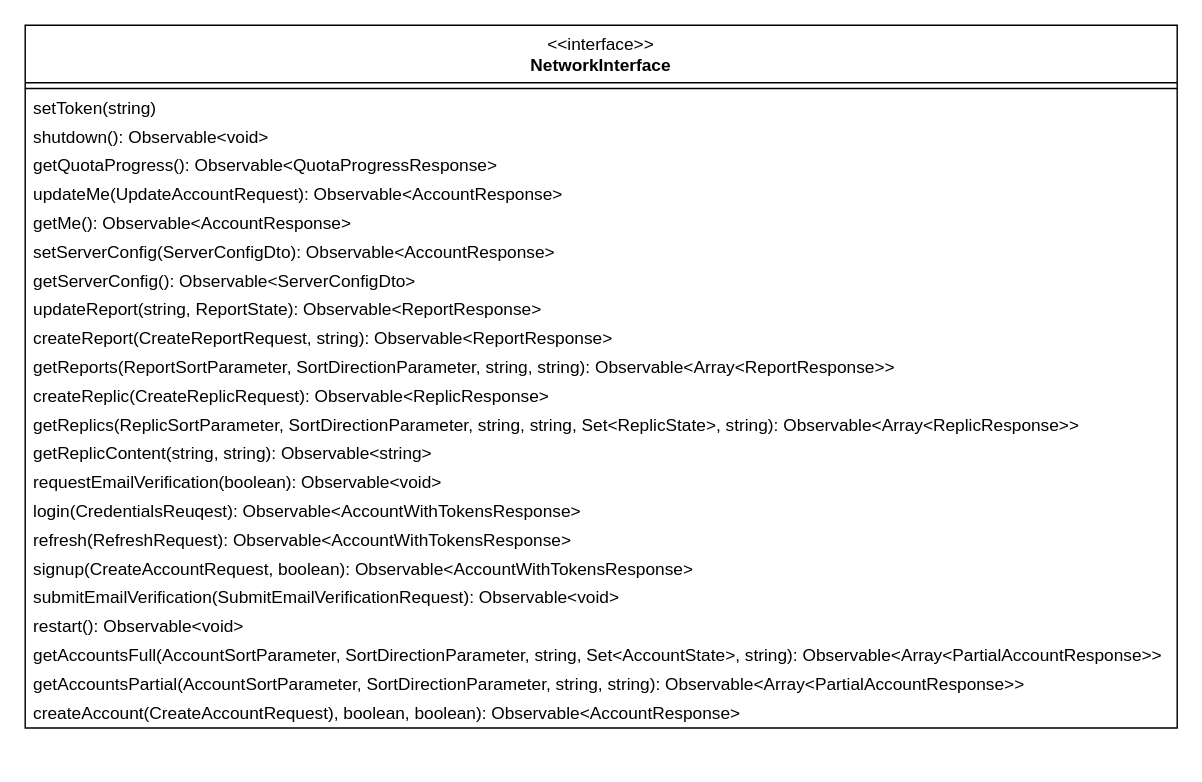
This is content/drawio/class/client/common-networkinterface.drawio from replic-read/design, a draw.io file, before an edit. Source tidied: cells renumbered, new cells numbered last; positions are measured from the earlier drawing's top-left corner, leaving out a move shared by most shapes. Both pictures are drawn from the tidied source at 144%, with x=0, y=0 at pixel (24, 24).
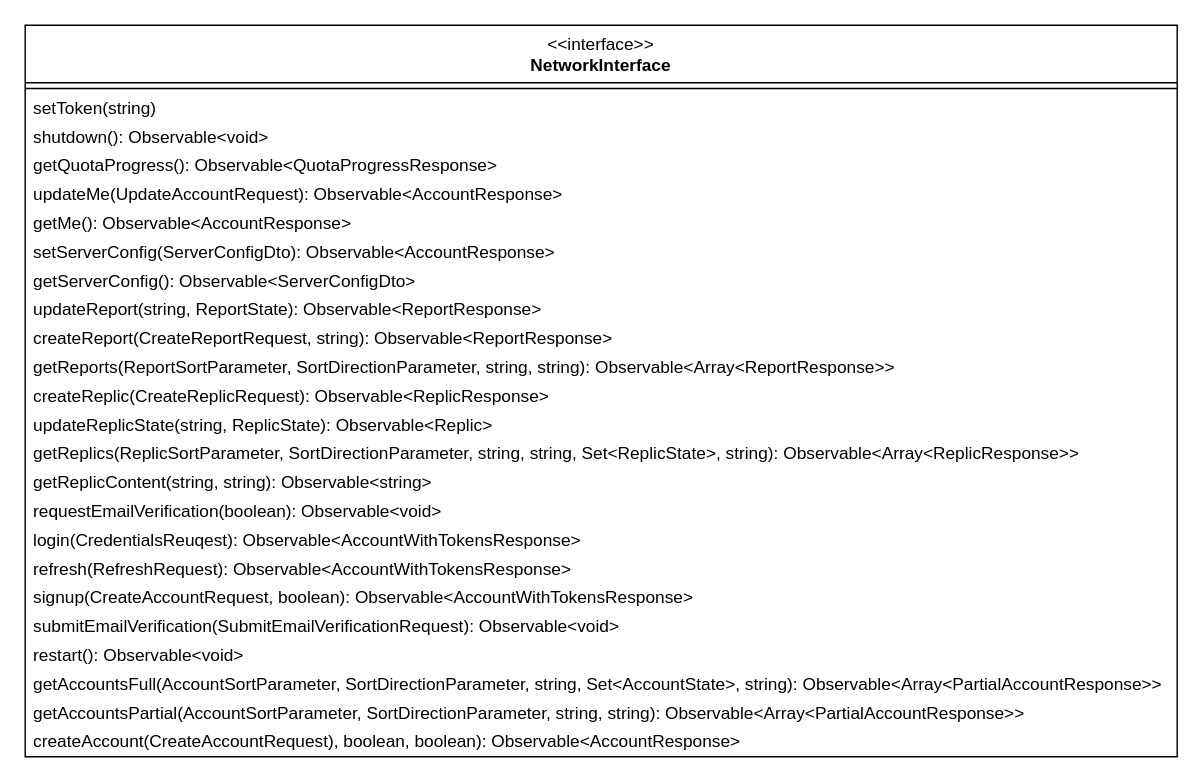
The same diagram, later.

What changed in the source:
```diff
@@
     <mxCell id="2" value="&amp;lt;&amp;lt;interface&amp;gt;&amp;gt;&lt;br&gt;&lt;b&gt;NetworkInterface&lt;/b&gt;&lt;div&gt;&lt;br&gt;&lt;/div&gt;" style="swimlane;fontStyle=0;align=center;verticalAlign=top;horizontal=1;startSize=40;html=1;whiteSpace=wrap;" parent="1" vertex="1">
-      <mxGeometry width="800" height="488" as="geometry" />
+      <mxGeometry width="800" height="508" as="geometry" />
     </mxCell>
@@
+    <mxCell id="26" value="updateReplicState(string, ReplicState): Observable&amp;lt;Replic&amp;gt;" style="text;html=1;strokeColor=none;fillColor=none;align=left;verticalAlign=middle;spacingLeft=4;spacingRight=4;overflow=hidden;whiteSpace=wrap;" parent="2" vertex="1">
+      <mxGeometry y="268" width="800" height="20" as="geometry" />
+    </mxCell>
     <mxCell id="15" value="getReplics(ReplicSortParameter, SortDirectionParameter, string, string, Set&amp;lt;ReplicState&amp;gt;, string): Observable&amp;lt;Array&amp;lt;ReplicResponse&amp;gt;&amp;gt;" style="text;html=1;strokeColor=none;fillColor=none;align=left;verticalAlign=middle;spacingLeft=4;spacingRight=4;overflow=hidden;whiteSpace=wrap;" parent="2" vertex="1">
-      <mxGeometry y="268" width="800" height="20" as="geometry" />
+      <mxGeometry y="288" width="800" height="20" as="geometry" />
     </mxCell>
     <mxCell id="16" value="getReplicContent(string, string): Observable&amp;lt;string&amp;gt;" style="text;html=1;strokeColor=none;fillColor=none;align=left;verticalAlign=middle;spacingLeft=4;spacingRight=4;overflow=hidden;whiteSpace=wrap;" parent="2" vertex="1">
-      <mxGeometry y="288" width="800" height="20" as="geometry" />
+      <mxGeometry y="308" width="800" height="20" as="geometry" />
     </mxCell>
     <mxCell id="17" value="requestEmailVerification(boolean): Observable&amp;lt;void&amp;gt;" style="text;html=1;strokeColor=none;fillColor=none;align=left;verticalAlign=middle;spacingLeft=4;spacingRight=4;overflow=hidden;whiteSpace=wrap;" parent="2" vertex="1">
-      <mxGeometry y="308" width="800" height="20" as="geometry" />
+      <mxGeometry y="328" width="800" height="20" as="geometry" />
     </mxCell>
     <mxCell id="18" value="login(CredentialsReuqest): Observable&amp;lt;AccountWithTokensResponse&amp;gt;" style="text;html=1;strokeColor=none;fillColor=none;align=left;verticalAlign=middle;spacingLeft=4;spacingRight=4;overflow=hidden;whiteSpace=wrap;" parent="2" vertex="1">
-      <mxGeometry y="328" width="800" height="20" as="geometry" />
+      <mxGeometry y="348" width="800" height="20" as="geometry" />
     </mxCell>
     <mxCell id="19" value="refresh(RefreshRequest): Observable&amp;lt;AccountWithTokensResponse&amp;gt;" style="text;html=1;strokeColor=none;fillColor=none;align=left;verticalAlign=middle;spacingLeft=4;spacingRight=4;overflow=hidden;whiteSpace=wrap;" parent="2" vertex="1">
-      <mxGeometry y="348" width="800" height="20" as="geometry" />
+      <mxGeometry y="368" width="800" height="20" as="geometry" />
     </mxCell>
     <mxCell id="20" value="signup(CreateAccountRequest, boolean): Observable&amp;lt;AccountWithTokensResponse&amp;gt;" style="text;html=1;strokeColor=none;fillColor=none;align=left;verticalAlign=middle;spacingLeft=4;spacingRight=4;overflow=hidden;whiteSpace=wrap;" parent="2" vertex="1">
-      <mxGeometry y="368" width="800" height="20" as="geometry" />
+      <mxGeometry y="388" width="800" height="20" as="geometry" />
     </mxCell>
     <mxCell id="21" value="submitEmailVerification(SubmitEmailVerificationRequest): Observable&amp;lt;void&amp;gt;" style="text;html=1;strokeColor=none;fillColor=none;align=left;verticalAlign=middle;spacingLeft=4;spacingRight=4;overflow=hidden;whiteSpace=wrap;" parent="2" vertex="1">
-      <mxGeometry y="388" width="800" height="20" as="geometry" />
+      <mxGeometry y="408" width="800" height="20" as="geometry" />
     </mxCell>
     <mxCell id="22" value="restart(): Observable&amp;lt;void&amp;gt;" style="text;html=1;strokeColor=none;fillColor=none;align=left;verticalAlign=middle;spacingLeft=4;spacingRight=4;overflow=hidden;whiteSpace=wrap;" parent="2" vertex="1">
-      <mxGeometry y="408" width="800" height="20" as="geometry" />
+      <mxGeometry y="428" width="800" height="20" as="geometry" />
     </mxCell>
     <mxCell id="23" value="getAccountsFull(AccountSortParameter, SortDirectionParameter, string, Set&amp;lt;AccountState&amp;gt;, string): Observable&amp;lt;Array&amp;lt;PartialAccountResponse&amp;gt;&amp;gt;" style="text;html=1;strokeColor=none;fillColor=none;align=left;verticalAlign=middle;spacingLeft=4;spacingRight=4;overflow=hidden;whiteSpace=wrap;" parent="2" vertex="1">
-      <mxGeometry y="428" width="800" height="20" as="geometry" />
+      <mxGeometry y="448" width="800" height="20" as="geometry" />
     </mxCell>
     <mxCell id="24" value="getAccountsPartial(AccountSortParameter, SortDirectionParameter, string, string): Observable&amp;lt;Array&amp;lt;PartialAccountResponse&amp;gt;&amp;gt;" style="text;html=1;strokeColor=none;fillColor=none;align=left;verticalAlign=middle;spacingLeft=4;spacingRight=4;overflow=hidden;whiteSpace=wrap;" parent="2" vertex="1">
-      <mxGeometry y="448" width="800" height="20" as="geometry" />
+      <mxGeometry y="468" width="800" height="20" as="geometry" />
     </mxCell>
     <mxCell id="25" value="createAccount(CreateAccountRequest), boolean, boolean): Observable&amp;lt;AccountResponse&amp;gt;" style="text;html=1;strokeColor=none;fillColor=none;align=left;verticalAlign=middle;spacingLeft=4;spacingRight=4;overflow=hidden;whiteSpace=wrap;" parent="2" vertex="1">
-      <mxGeometry y="468" width="800" height="20" as="geometry" />
+      <mxGeometry y="488" width="800" height="20" as="geometry" />
     </mxCell>
```
